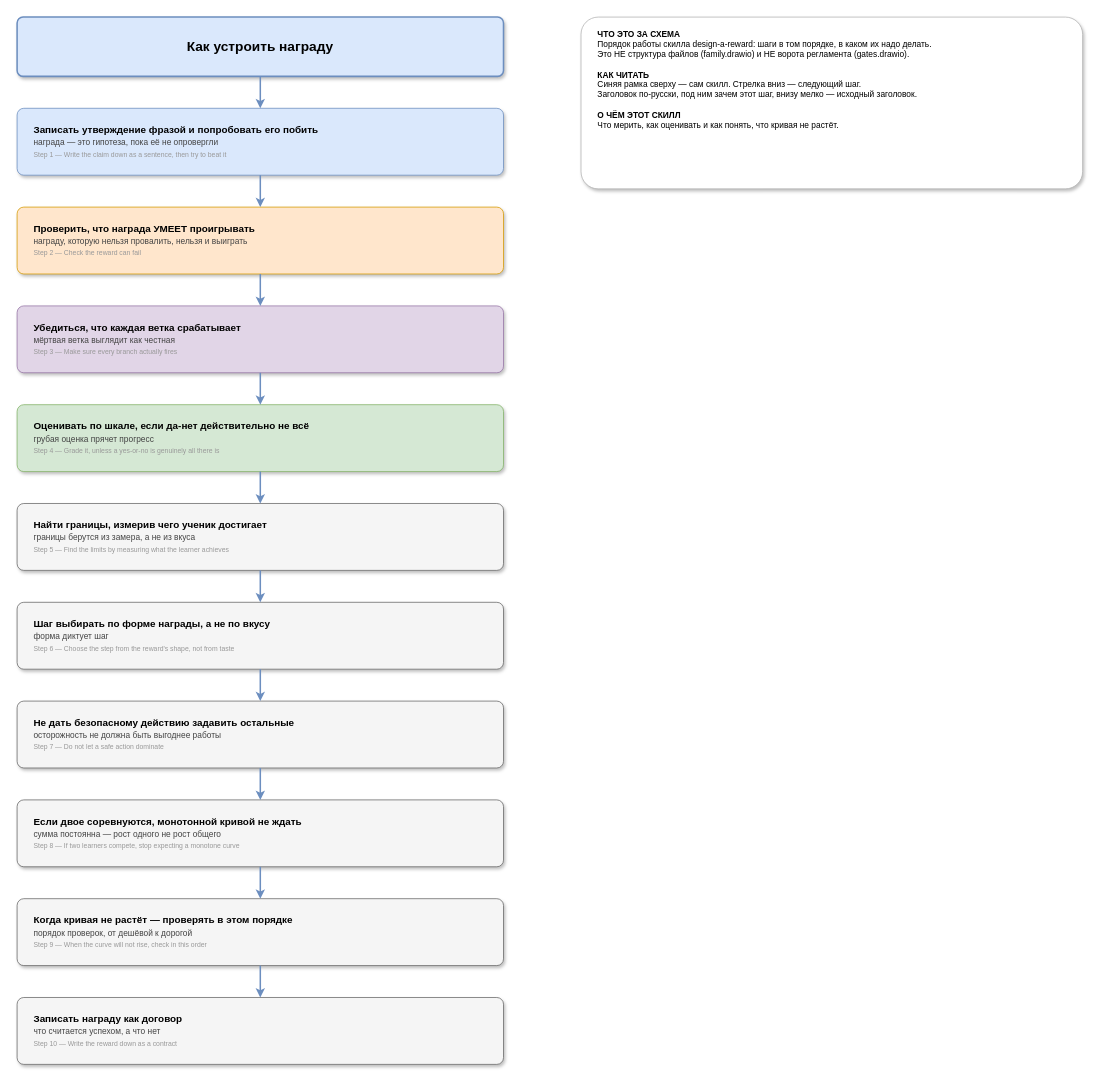
Earlier version of the draw.io diagram skills/design-a-reward/assets/diagram.drawio (ubik-dsh/deepseek-harness-skills). Source tidied: cells renumbered, new cells numbered last; positions are measured from the earlier drawing's top-left corner, leaving out a move shared by most shapes. Both pictures are drawn from the tidied source at 76%, with x=0, y=0 at pixel (17, 17).
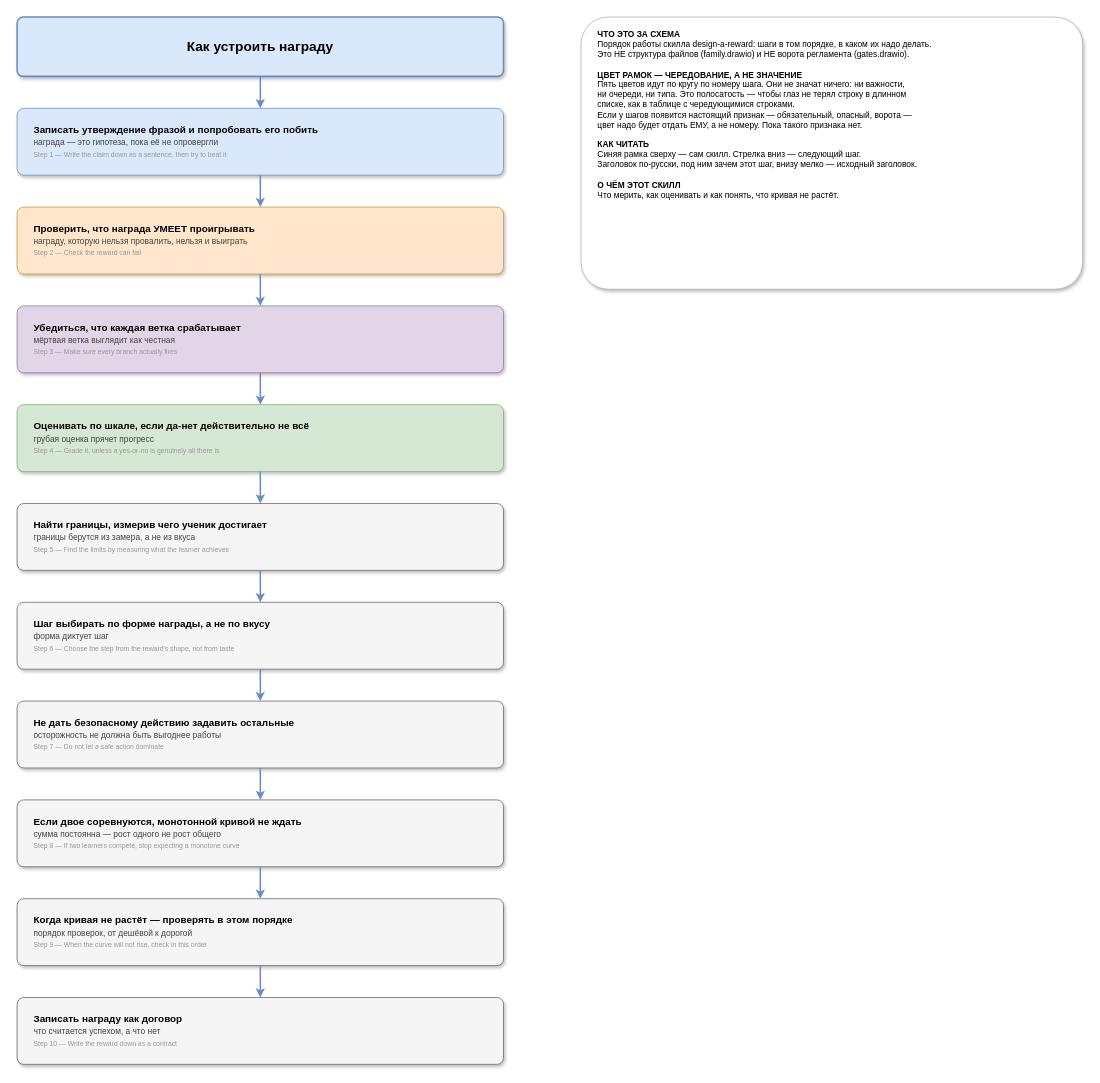
Above is the later version.

What changed in the source:
```diff
@@
-    <mxCell id="23" value="&lt;b&gt;ЧТО ЭТО ЗА СХЕМА&lt;/b&gt;&lt;br&gt;Порядок работы скилла design-a-reward: шаги в том порядке, в каком их надо делать.&lt;br&gt;Это НЕ структура файлов (family.drawio) и НЕ ворота регламента (gates.drawio).&lt;br&gt;&amp;nbsp;&lt;br&gt;&lt;b&gt;КАК ЧИТАТЬ&lt;/b&gt;&lt;br&gt;Синяя рамка сверху — сам скилл. Стрелка вниз — следующий шаг.&lt;br&gt;Заголовок по-русски, под ним зачем этот шаг, внизу мелко — исходный заголовок.&lt;br&gt;&amp;nbsp;&lt;br&gt;&lt;b&gt;О ЧЁМ ЭТОТ СКИЛЛ&lt;/b&gt;&lt;br&gt;Что мерить, как оценивать и как понять, что кривая не растёт.&lt;br&gt;&amp;nbsp;" style="rounded=1;arcSize=10;whiteSpace=wrap;html=1;shadow=1;strokeWidth=1;fillColor=#FFFFFF;strokeColor=#B3B3B3;align=left;verticalAlign=top;spacingLeft=20;spacingTop=10;fontSize=11;" parent="1" vertex="1">
-      <mxGeometry x="742" width="660" height="226" as="geometry" />
+    <mxCell id="23" value="&lt;b&gt;ЧТО ЭТО ЗА СХЕМА&lt;/b&gt;&lt;br&gt;Порядок работы скилла design-a-reward: шаги в том порядке, в каком их надо делать.&lt;br&gt;Это НЕ структура файлов (family.drawio) и НЕ ворота регламента (gates.drawio).&lt;br&gt;&amp;nbsp;&lt;br&gt;&lt;b&gt;ЦВЕТ РАМОК — ЧЕРЕДОВАНИЕ, А НЕ ЗНАЧЕНИЕ&lt;/b&gt;&lt;br&gt;Пять цветов идут по кругу по номеру шага. Они не значат ничего: ни важности,&lt;br&gt;ни очереди, ни типа. Это полосатость — чтобы глаз не терял строку в длинном&lt;br&gt;списке, как в таблице с чередующимися строками.&lt;br&gt;Если у шагов появится настоящий признак — обязательный, опасный, ворота —&lt;br&gt;цвет надо будет отдать ЕМУ, а не номеру. Пока такого признака нет.&lt;br&gt;&amp;nbsp;&lt;br&gt;&lt;b&gt;КАК ЧИТАТЬ&lt;/b&gt;&lt;br&gt;Синяя рамка сверху — сам скилл. Стрелка вниз — следующий шаг.&lt;br&gt;Заголовок по-русски, под ним зачем этот шаг, внизу мелко — исходный заголовок.&lt;br&gt;&amp;nbsp;&lt;br&gt;&lt;b&gt;О ЧЁМ ЭТОТ СКИЛЛ&lt;/b&gt;&lt;br&gt;Что мерить, как оценивать и как понять, что кривая не растёт.&lt;br&gt;&amp;nbsp;" style="rounded=1;arcSize=10;whiteSpace=wrap;html=1;shadow=1;strokeWidth=1;fillColor=#FFFFFF;strokeColor=#B3B3B3;align=left;verticalAlign=top;spacingLeft=20;spacingTop=10;fontSize=11;" parent="1" vertex="1">
+      <mxGeometry x="742" width="660" height="358" as="geometry" />
     </mxCell>
```
